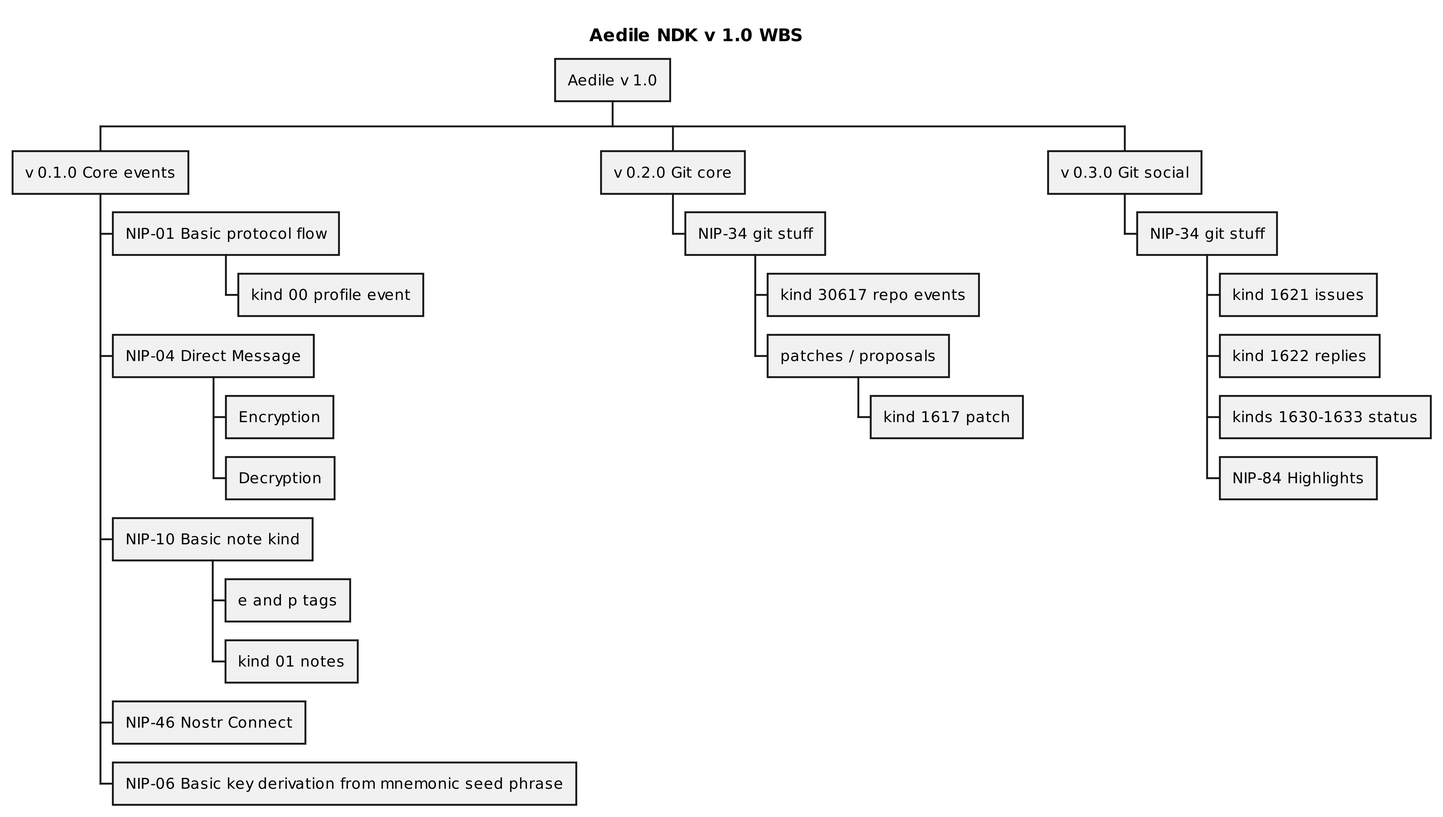
Before: plantUML/Aedile/Aedile_v1.png, a diagram exported from PlantUML (ShadowySupercode/gitcitadel).
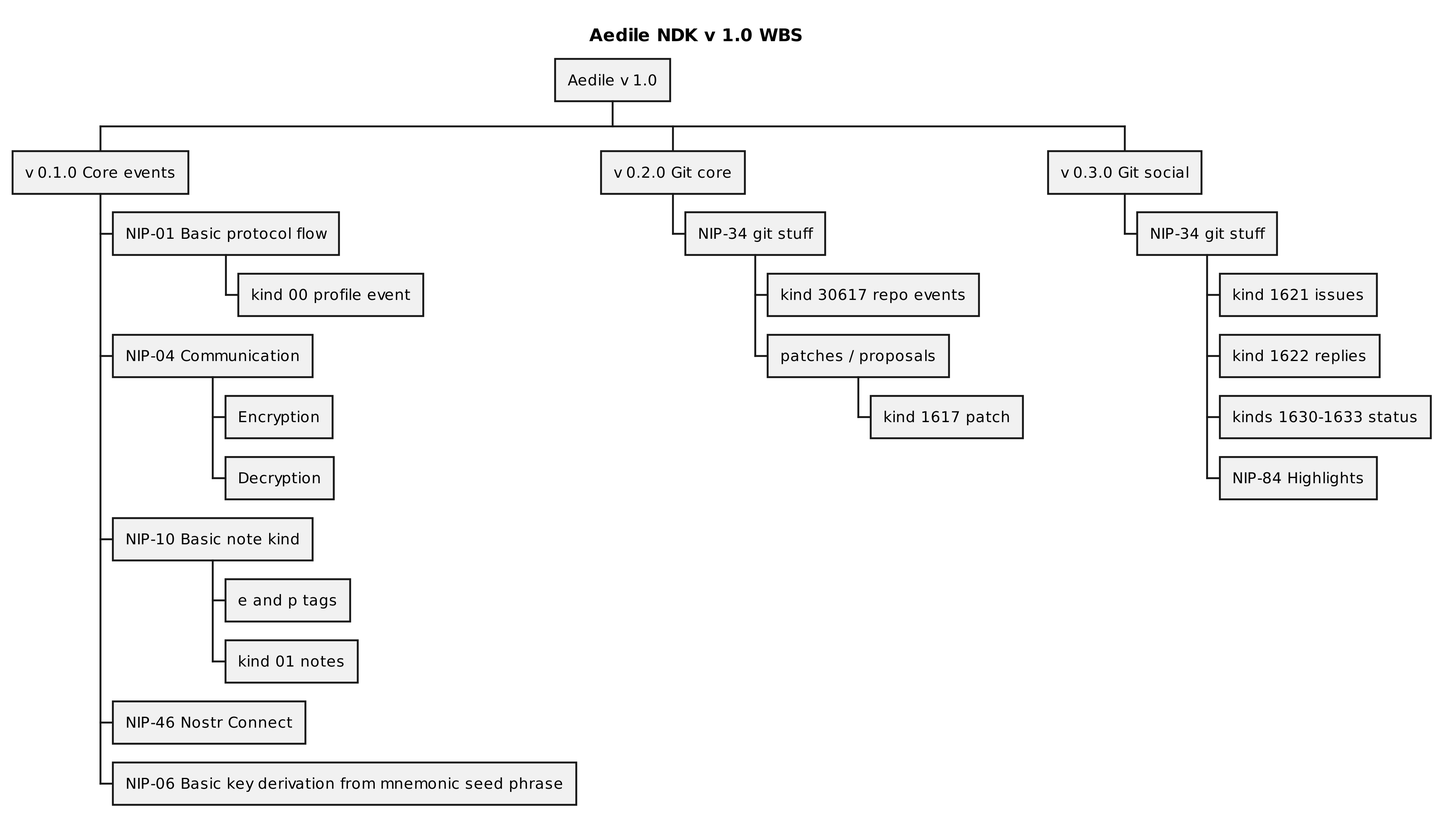
After the change.

Change to the diagram source:
```diff
@@ -8,7 +8,7 @@
 ** v 0.1.0 Core events
 *** NIP-01 Basic protocol flow
 **** kind 00 profile event
-*** NIP-04 Direct Message
+*** NIP-04 Communication
 **** Encryption
 **** Decryption
 *** NIP-10 Basic note kind
```
